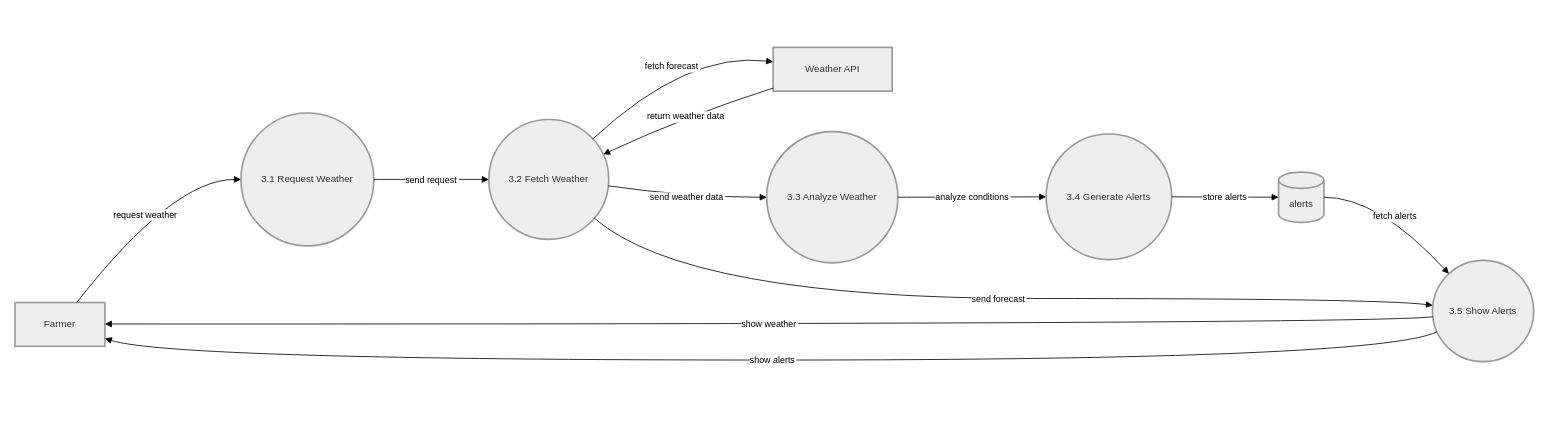
Before: final/Level 2 DFD for Process 3.0 Weather Monitoring and Alerts.drawio in bidur7745/Drawio-Files, a draw.io diagram. Source tidied: cells renumbered, new cells numbered last; positions are measured from the earlier drawing's top-left corner, leaving out a move shared by most shapes. Both pictures are drawn from the tidied source at 81%, with x=0, y=0 at pixel (15, 47).
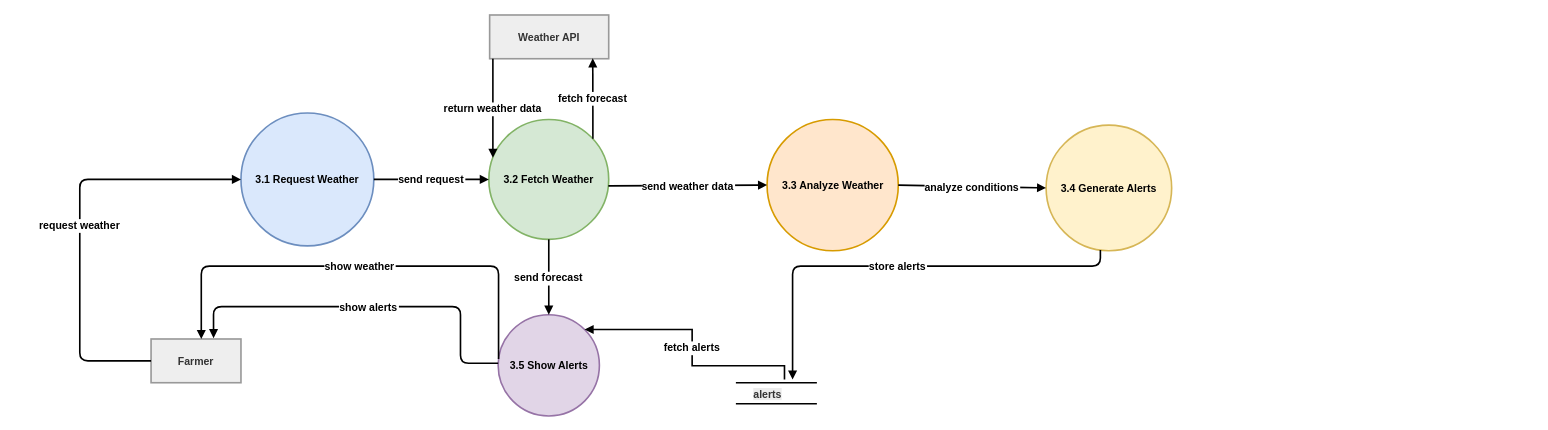
Above is the later version.

The edit, as a diff of the source:
```diff
@@
-    <mxCell id="2" value="Farmer" style="whiteSpace=wrap;strokeWidth=2;fillColor=light-dark(#eeeeee,#1f2020);strokeColor=light-dark(#999999,#cccccc);fontColor=light-dark(#333333,#cccccc);" parent="1" vertex="1">
-      <mxGeometry y="315" width="111" height="54" as="geometry" />
+    <mxCell id="2" value="Farmer" style="whiteSpace=wrap;strokeWidth=2;fillColor=light-dark(#eeeeee,#1f2020);strokeColor=light-dark(#999999,#cccccc);fontColor=light-dark(#333333,#cccccc);fontSize=13;fontStyle=1;" parent="1" vertex="1">
+      <mxGeometry x="168" y="360" width="111" height="54" as="geometry" />
     </mxCell>
-    <mxCell id="3" value="Weather API" style="whiteSpace=wrap;strokeWidth=2;fillColor=light-dark(#eeeeee,#1f2020);strokeColor=light-dark(#999999,#cccccc);fontColor=light-dark(#333333,#cccccc);" parent="1" vertex="1">
-      <mxGeometry x="936" width="147" height="54" as="geometry" />
+    <mxCell id="3" value="Weather API" style="whiteSpace=wrap;strokeWidth=2;fillColor=light-dark(#eeeeee,#1f2020);strokeColor=light-dark(#999999,#cccccc);fontColor=light-dark(#333333,#cccccc);fontSize=13;fontStyle=1;" parent="1" vertex="1">
+      <mxGeometry x="586" y="-40" width="147" height="54" as="geometry" />
     </mxCell>
-    <mxCell id="4" value="3.1 Request Weather" style="ellipse;strokeWidth=2;whiteSpace=wrap;fillColor=light-dark(#eeeeee,#1f2020);strokeColor=light-dark(#999999,#cccccc);fontColor=light-dark(#333333,#cccccc);" parent="1" vertex="1">
+    <mxCell id="4" value="3.1 Request Weather" style="ellipse;strokeWidth=2;whiteSpace=wrap;fillColor=#dae8fc;strokeColor=#6c8ebf;fontSize=13;fontStyle=1;" parent="1" vertex="1">
       <mxGeometry x="279" y="81" width="164" height="164" as="geometry" />
     </mxCell>
-    <mxCell id="5" value="3.2 Fetch Weather" style="ellipse;strokeWidth=2;whiteSpace=wrap;fillColor=light-dark(#eeeeee,#1f2020);strokeColor=light-dark(#999999,#cccccc);fontColor=light-dark(#333333,#cccccc);" parent="1" vertex="1">
+    <mxCell id="5" value="3.2 Fetch Weather" style="ellipse;strokeWidth=2;whiteSpace=wrap;fillColor=#d5e8d4;strokeColor=#82b366;fontSize=13;fontStyle=1;" parent="1" vertex="1">
       <mxGeometry x="585" y="89" width="148" height="148" as="geometry" />
     </mxCell>
-    <mxCell id="6" value="3.3 Analyze Weather" style="ellipse;strokeWidth=2;whiteSpace=wrap;fillColor=light-dark(#eeeeee,#1f2020);strokeColor=light-dark(#999999,#cccccc);fontColor=light-dark(#333333,#cccccc);" parent="1" vertex="1">
-      <mxGeometry x="928" y="104" width="162" height="162" as="geometry" />
+    <mxCell id="6" value="3.3 Analyze Weather" style="ellipse;strokeWidth=2;whiteSpace=wrap;fillColor=#ffe6cc;strokeColor=#d79b00;fontSize=13;fontStyle=1;" parent="1" vertex="1">
+      <mxGeometry x="928.5" y="89" width="162" height="162" as="geometry" />
     </mxCell>
-    <mxCell id="7" value="3.4 Generate Alerts" style="ellipse;strokeWidth=2;whiteSpace=wrap;fillColor=light-dark(#eeeeee,#1f2020);strokeColor=light-dark(#999999,#cccccc);fontColor=light-dark(#333333,#cccccc);" parent="1" vertex="1">
-      <mxGeometry x="1273" y="107" width="155" height="155" as="geometry" />
+    <mxCell id="7" value="3.4 Generate Alerts" style="ellipse;strokeWidth=2;whiteSpace=wrap;fillColor=#fff2cc;strokeColor=#d6b656;fontSize=13;fontStyle=1;" parent="1" vertex="1">
+      <mxGeometry x="1273" y="96" width="155" height="155" as="geometry" />
     </mxCell>
-    <mxCell id="8" value="3.5 Show Alerts" style="ellipse;strokeWidth=2;whiteSpace=wrap;fillColor=light-dark(#eeeeee,#1f2020);strokeColor=light-dark(#999999,#cccccc);fontColor=light-dark(#333333,#cccccc);" parent="1" vertex="1">
-      <mxGeometry x="1750" y="263" width="125" height="125" as="geometry" />
+    <mxCell id="8" value="3.5 Show Alerts" style="ellipse;strokeWidth=2;whiteSpace=wrap;fillColor=#e1d5e7;strokeColor=#9673a6;fontSize=13;fontStyle=1;" parent="1" vertex="1">
+      <mxGeometry x="596.5" y="330" width="125" height="125" as="geometry" />
     </mxCell>
-    <mxCell id="9" value="alerts" style="shape=cylinder3;boundedLbl=1;backgroundOutline=1;size=10;strokeWidth=2;whiteSpace=wrap;fillColor=light-dark(#eeeeee,#1f2020);strokeColor=light-dark(#999999,#cccccc);fontColor=light-dark(#333333,#cccccc);" parent="1" vertex="1">
-      <mxGeometry x="1560" y="154" width="56" height="62" as="geometry" />
-    </mxCell>
-    <mxCell id="10" value="request weather" style="curved=1;startArrow=none;endArrow=block;exitX=0.69;exitY=-0.01;entryX=0;entryY=0.5;rounded=0;" parent="1" edge="1" source="2" target="4">
+    <mxCell id="10" value="request weather" style="startArrow=none;endArrow=block;exitX=0;exitY=0.5;entryX=0;entryY=0.5;rounded=1;edgeStyle=orthogonalEdgeStyle;exitDx=0;exitDy=0;strokeWidth=2;fontSize=13;fontStyle=1;curved=0;" parent="1" edge="1" source="2" target="4">
       <mxGeometry relative="1" as="geometry">
         <Array as="points">
-          <mxPoint x="195" y="163" />
+          <mxPoint x="80" y="387" />
+          <mxPoint x="80" y="163" />
         </Array>
       </mxGeometry>
     </mxCell>
-    <mxCell id="11" value="send request" style="curved=1;startArrow=none;endArrow=block;exitX=1;exitY=0.5;entryX=0;entryY=0.5;rounded=0;" parent="1" edge="1" source="4" target="5">
+    <mxCell id="11" value="send request" style="curved=1;startArrow=none;endArrow=block;exitX=1;exitY=0.5;entryX=0;entryY=0.5;rounded=0;strokeWidth=2;fontSize=13;fontStyle=1;" parent="1" edge="1" source="4" target="5">
       <mxGeometry relative="1" as="geometry" />
     </mxCell>
-    <mxCell id="12" value="fetch forecast" style="curved=1;startArrow=none;endArrow=block;exitX=1;exitY=0.04;entryX=0;entryY=0.33;rounded=0;" parent="1" edge="1" source="5" target="3">
-      <mxGeometry relative="1" as="geometry">
-        <Array as="points">
-          <mxPoint x="830" y="5" />
-        </Array>
-      </mxGeometry>
+    <mxCell id="12" value="fetch forecast" style="startArrow=none;endArrow=block;exitX=1;exitY=0.04;entryX=0.866;entryY=0.991;rounded=0;strokeWidth=2;fontSize=13;fontStyle=1;entryDx=0;entryDy=0;entryPerimeter=0;" parent="1" edge="1" source="5" target="3">
+      <mxGeometry relative="1" as="geometry" />
     </mxCell>
-    <mxCell id="13" value="return weather data" style="curved=1;startArrow=none;endArrow=block;exitX=0;exitY=0.93;entryX=1;entryY=0.27;rounded=0;" parent="1" edge="1" source="3" target="5">
+    <mxCell id="13" value="return weather data" style="startArrow=none;endArrow=block;rounded=0;strokeWidth=2;fontSize=13;fontStyle=1;edgeStyle=orthogonalEdgeStyle;" parent="1" edge="1" source="3" target="5">
       <mxGeometry relative="1" as="geometry">
         <Array as="points">
-          <mxPoint x="830" y="84" />
+          <mxPoint x="590" y="30" />
+          <mxPoint x="590" y="30" />
         </Array>
       </mxGeometry>
     </mxCell>
-    <mxCell id="14" value="send weather data" style="curved=1;startArrow=none;endArrow=block;exitX=1;exitY=0.56;entryX=0;entryY=0.5;rounded=0;" parent="1" edge="1" source="5" target="6">
-      <mxGeometry relative="1" as="geometry">
-        <Array as="points">
-          <mxPoint x="830" y="185" />
-        </Array>
-      </mxGeometry>
+    <mxCell id="14" value="send weather data" style="startArrow=none;endArrow=block;exitX=1;exitY=0.56;entryX=0;entryY=0.5;rounded=0;strokeWidth=2;fontSize=13;fontStyle=1;" parent="1" edge="1" source="5" target="6">
+      <mxGeometry relative="1" as="geometry" />
     </mxCell>
-    <mxCell id="15" value="analyze conditions" style="curved=1;startArrow=none;endArrow=block;exitX=1;exitY=0.5;entryX=0;entryY=0.5;rounded=0;" parent="1" edge="1" source="6" target="7">
+    <mxCell id="15" value="analyze conditions" style="curved=1;startArrow=none;endArrow=block;exitX=1;exitY=0.5;entryX=0;entryY=0.5;rounded=0;strokeWidth=2;fontSize=13;fontStyle=1;" parent="1" edge="1" source="6" target="7">
       <mxGeometry relative="1" as="geometry" />
     </mxCell>
-    <mxCell id="16" value="store alerts" style="curved=1;startArrow=none;endArrow=block;exitX=1;exitY=0.5;entryX=0;entryY=0.5;rounded=0;" parent="1" edge="1" source="7" target="9">
-      <mxGeometry relative="1" as="geometry" />
+    <mxCell id="16" value="store alerts" style="startArrow=none;endArrow=block;rounded=1;strokeWidth=2;fontSize=13;fontStyle=1;edgeStyle=orthogonalEdgeStyle;curved=0;" parent="1" edge="1" source="7">
+      <mxGeometry relative="1" as="geometry">
+        <mxPoint x="960" y="410" as="targetPoint" />
+        <Array as="points">
+          <mxPoint x="1340" y="270" />
+          <mxPoint x="960" y="270" />
+        </Array>
+      </mxGeometry>
     </mxCell>
-    <mxCell id="17" value="fetch alerts" style="curved=1;startArrow=none;endArrow=block;exitX=1;exitY=0.5;entryX=0.04;entryY=0;rounded=0;" parent="1" edge="1" source="9" target="8">
+    <mxCell id="17" value="fetch alerts" style="startArrow=none;endArrow=block;rounded=0;strokeWidth=2;fontSize=13;fontStyle=1;edgeStyle=orthogonalEdgeStyle;entryX=1;entryY=0;entryDx=0;entryDy=0;" parent="1" edge="1" target="8">
       <mxGeometry relative="1" as="geometry">
+        <mxPoint x="950" y="410" as="sourcePoint" />
         <Array as="points">
-          <mxPoint x="1683" y="185" />
+          <mxPoint x="950" y="393" />
+          <mxPoint x="836" y="393" />
+          <mxPoint x="836" y="348" />
         </Array>
       </mxGeometry>
     </mxCell>
-    <mxCell id="18" value="send forecast" style="curved=1;startArrow=none;endArrow=block;exitX=1;exitY=0.93;entryX=0;entryY=0.44;rounded=0;" parent="1" edge="1" source="5" target="8">
-      <mxGeometry relative="1" as="geometry">
-        <Array as="points">
-          <mxPoint x="830" y="310" />
-          <mxPoint x="1683" y="310" />
-        </Array>
-      </mxGeometry>
+    <mxCell id="18" value="send forecast" style="startArrow=none;endArrow=block;rounded=0;strokeWidth=2;fontSize=13;fontStyle=1;" parent="1" edge="1" source="5" target="8">
+      <mxGeometry relative="1" as="geometry" />
     </mxCell>
-    <mxCell id="19" value="show weather" style="curved=1;startArrow=none;endArrow=block;exitX=0;exitY=0.56;entryX=1;entryY=0.49;rounded=0;" parent="1" edge="1" source="8" target="2">
+    <mxCell id="19" value="show weather" style="startArrow=none;endArrow=block;rounded=1;strokeWidth=2;fontSize=13;fontStyle=1;edgeStyle=orthogonalEdgeStyle;curved=0;" parent="1" edge="1" source="8" target="2">
       <mxGeometry relative="1" as="geometry">
         <Array as="points">
-          <mxPoint x="1683" y="342" />
+          <mxPoint x="597" y="270" />
+          <mxPoint x="230" y="270" />
         </Array>
       </mxGeometry>
     </mxCell>
-    <mxCell id="20" value="show alerts" style="curved=1;startArrow=none;endArrow=block;exitX=0;exitY=0.73;entryX=1;entryY=0.82;rounded=0;" parent="1" edge="1" source="8" target="2">
+    <mxCell id="20" value="show alerts" style="startArrow=none;endArrow=block;entryX=0.695;entryY=-0.019;rounded=1;strokeWidth=2;fontSize=13;fontStyle=1;edgeStyle=orthogonalEdgeStyle;entryDx=0;entryDy=0;entryPerimeter=0;curved=0;" parent="1" edge="1" source="8" target="2">
       <mxGeometry relative="1" as="geometry">
         <Array as="points">
-          <mxPoint x="1683" y="386" />
-          <mxPoint x="195" y="386" />
+          <mxPoint x="550" y="390" />
+          <mxPoint x="550" y="320" />
+          <mxPoint x="245" y="320" />
         </Array>
       </mxGeometry>
     </mxCell>
+    <mxCell id="9" value="&lt;span style=&quot;color: rgb(51, 51, 51); font-family: Helvetica; font-size: 13px; font-style: normal; font-variant-ligatures: normal; font-variant-caps: normal; font-weight: 700; letter-spacing: normal; orphans: 2; text-align: center; text-indent: 0px; text-transform: none; widows: 2; word-spacing: 0px; -webkit-text-stroke-width: 0px; white-space: normal; background-color: rgb(236, 236, 236); text-decoration-thickness: initial; text-decoration-style: initial; text-decoration-color: initial; display: inline !important; float: none;&quot;&gt;alerts&lt;/span&gt;" style="text;whiteSpace=wrap;html=1;" parent="1" vertex="1">
+      <mxGeometry x="910" y="414" width="70" height="40" as="geometry" />
+    </mxCell>
+    <mxCell id="21" style="endArrow=none;html=1;rounded=0;strokeWidth=2;" parent="1" edge="1">
+      <mxGeometry relative="1" as="geometry">
+        <mxPoint x="890" y="440" as="sourcePoint" />
+        <mxPoint x="990" y="440" as="targetPoint" />
+      </mxGeometry>
+    </mxCell>
+    <mxCell id="22" style="endArrow=none;html=1;rounded=0;strokeWidth=2;" parent="1" edge="1">
+      <mxGeometry relative="1" as="geometry">
+        <mxPoint x="890" y="414" as="sourcePoint" />
+        <mxPoint x="990" y="414" as="targetPoint" />
+      </mxGeometry>
+    </mxCell>
```
